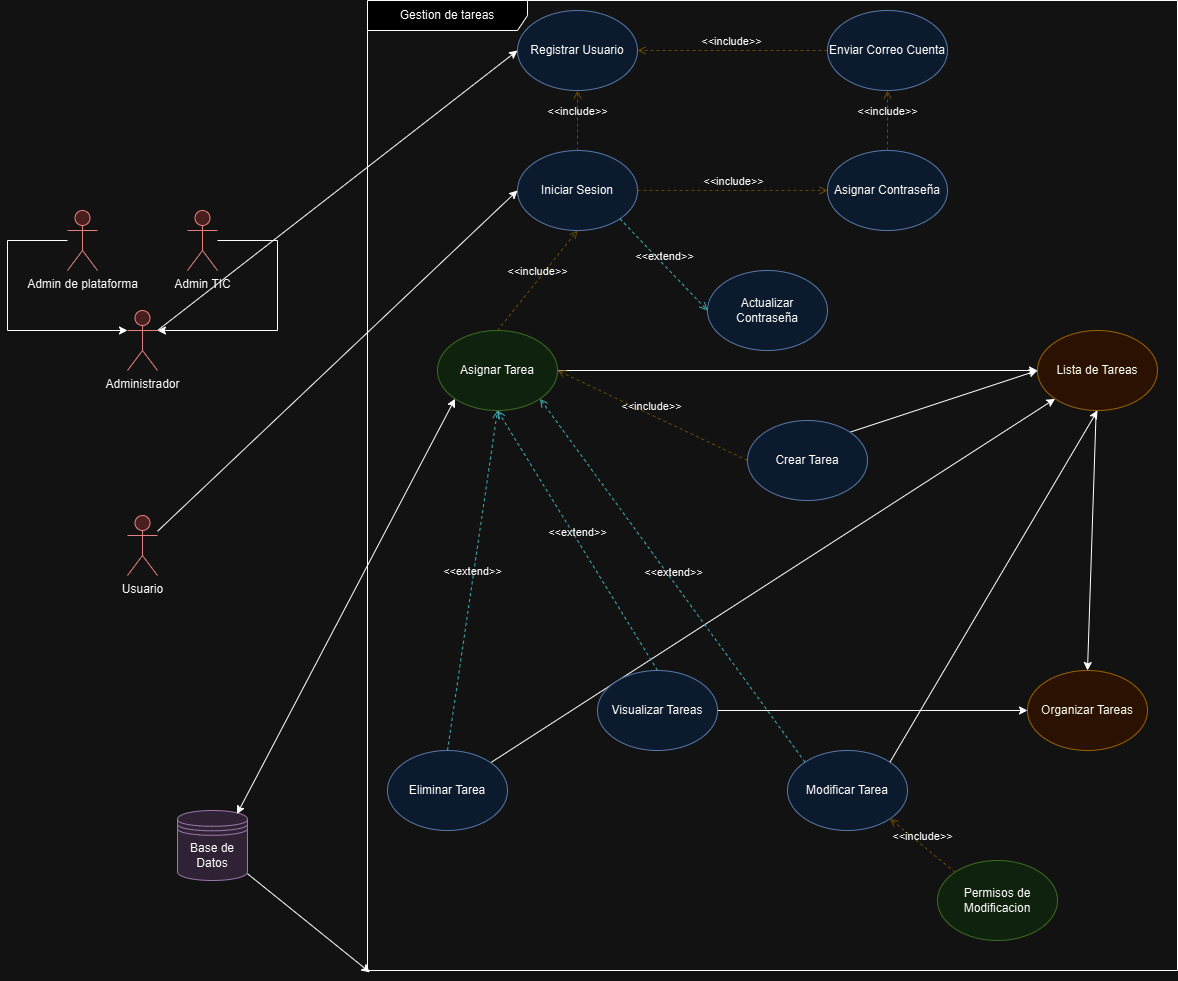
Before: diagramas/diagrama-caso-uso/diagrama-caso-uso.drawio.png, a diagram exported from draw.io (Oscarsl10/proyecto-analisis-sistemas-2024-b-g2). Source tidied: cells renumbered, new cells last; positions are measured from the earlier drawing's top-left corner, leaving out a move shared by most shapes.
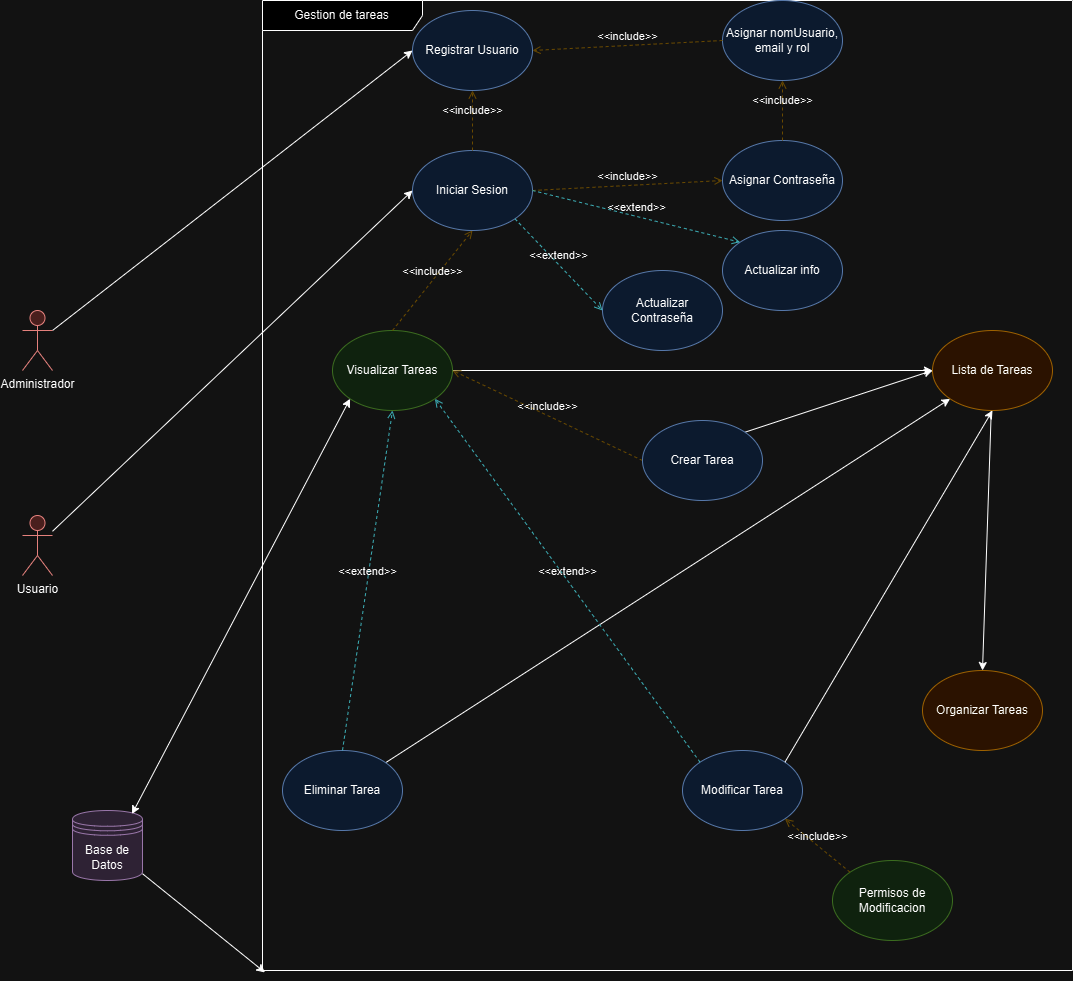
After the commit.

Change to the diagram source:
```diff
@@ -29,7 +29,7 @@
     <mxCell id="10" style="rounded=0;jettySize=auto;html=1;entryX=0;entryY=0.5;entryDx=0;entryDy=0;" parent="2" edge="1" source="11" target="6">
       <mxGeometry relative="1" as="geometry" />
     </mxCell>
-    <mxCell id="11" value="Asignar Tarea" style="ellipse;whiteSpace=wrap;html=1;fillColor=#d5e8d4;strokeColor=#82b366;" parent="2" vertex="1">
+    <mxCell id="11" value="Visualizar Tareas" style="ellipse;whiteSpace=wrap;html=1;fillColor=#d5e8d4;strokeColor=#82b366;" parent="2" vertex="1">
       <mxGeometry x="70" y="330" width="120" height="80" as="geometry" />
     </mxCell>
     <mxCell id="12" value="&amp;lt;&amp;lt;include&amp;gt;&amp;gt;" style="html=1;verticalAlign=bottom;labelBackgroundColor=none;endArrow=open;endFill=0;dashed=1;rounded=0;exitX=0;exitY=0.5;exitDx=0;exitDy=0;entryX=1;entryY=0.5;entryDx=0;entryDy=0;fillColor=#fff2cc;gradientColor=#ffd966;strokeColor=#d6b656;" parent="2" edge="1" source="24" target="11">
@@ -53,15 +53,6 @@
     <mxCell id="18" value="&amp;lt;&amp;lt;extend&amp;gt;&amp;gt;" style="html=1;verticalAlign=bottom;labelBackgroundColor=none;endArrow=open;endFill=0;dashed=1;rounded=0;exitX=0.5;exitY=0;exitDx=0;exitDy=0;entryX=0.5;entryY=1;entryDx=0;entryDy=0;fillColor=#b0e3e6;strokeColor=#0e8088;" parent="2" edge="1" source="17" target="11">
       <mxGeometry relative="1" as="geometry" />
     </mxCell>
-    <mxCell id="19" style="rounded=0;jettySize=auto;html=1;entryX=0;entryY=0.5;entryDx=0;entryDy=0;" parent="2" edge="1" source="20" target="22">
-      <mxGeometry relative="1" as="geometry" />
-    </mxCell>
-    <mxCell id="20" value="Visualizar Tareas" style="ellipse;whiteSpace=wrap;html=1;fillColor=#dae8fc;strokeColor=#6c8ebf;" parent="2" vertex="1">
-      <mxGeometry x="230" y="670" width="120" height="80" as="geometry" />
-    </mxCell>
-    <mxCell id="21" value="&amp;lt;&amp;lt;extend&amp;gt;&amp;gt;" style="html=1;verticalAlign=bottom;labelBackgroundColor=none;endArrow=open;endFill=0;dashed=1;rounded=0;exitX=0.5;exitY=0;exitDx=0;exitDy=0;entryX=0.5;entryY=1;entryDx=0;entryDy=0;fillColor=#b0e3e6;strokeColor=#0e8088;" parent="2" edge="1" source="20" target="11">
-      <mxGeometry relative="1" as="geometry" />
-    </mxCell>
     <mxCell id="22" value="Organizar Tareas" style="ellipse;whiteSpace=wrap;html=1;fillColor=#ffe6cc;strokeColor=#d79b00;" parent="2" vertex="1">
       <mxGeometry x="660" y="670" width="120" height="80" as="geometry" />
     </mxCell>
@@ -74,14 +65,14 @@
     <mxCell id="25" value="&amp;lt;&amp;lt;extend&amp;gt;&amp;gt;" style="html=1;verticalAlign=bottom;labelBackgroundColor=none;endArrow=open;endFill=0;dashed=1;rounded=0;exitX=0;exitY=0;exitDx=0;exitDy=0;entryX=1;entryY=1;entryDx=0;entryDy=0;fillColor=#b0e3e6;strokeColor=#0e8088;" parent="2" edge="1" source="9" target="11">
       <mxGeometry relative="1" as="geometry" />
     </mxCell>
-    <mxCell id="26" value="Enviar Correo Cuenta" style="ellipse;whiteSpace=wrap;html=1;fillColor=#dae8fc;strokeColor=#6c8ebf;" parent="2" vertex="1">
-      <mxGeometry x="460" y="10" width="120" height="80" as="geometry" />
+    <mxCell id="26" value="Asignar nomUsuario,&lt;div&gt;email y rol&lt;/div&gt;" style="ellipse;whiteSpace=wrap;html=1;fillColor=#dae8fc;strokeColor=#6c8ebf;" parent="2" vertex="1">
+      <mxGeometry x="460" width="120" height="80" as="geometry" />
     </mxCell>
     <mxCell id="27" value="&amp;lt;&amp;lt;include&amp;gt;&amp;gt;" style="html=1;verticalAlign=bottom;labelBackgroundColor=none;endArrow=open;endFill=0;dashed=1;rounded=0;exitX=0;exitY=0.5;exitDx=0;exitDy=0;fillColor=#fff2cc;strokeColor=#d6b656;gradientColor=#ffd966;entryX=1;entryY=0.5;entryDx=0;entryDy=0;" parent="2" edge="1" source="26" target="4">
       <mxGeometry relative="1" as="geometry" />
     </mxCell>
     <mxCell id="28" value="Asignar Contraseña" style="ellipse;whiteSpace=wrap;html=1;fillColor=#dae8fc;strokeColor=#6c8ebf;" parent="2" vertex="1">
-      <mxGeometry x="460" y="150" width="120" height="80" as="geometry" />
+      <mxGeometry x="460" y="140" width="120" height="80" as="geometry" />
     </mxCell>
     <mxCell id="29" value="&amp;lt;&amp;lt;include&amp;gt;&amp;gt;" style="html=1;verticalAlign=bottom;labelBackgroundColor=none;endArrow=open;endFill=0;dashed=1;rounded=0;exitX=0.5;exitY=0;exitDx=0;exitDy=0;fillColor=#fff2cc;strokeColor=#d6b656;gradientColor=#ffd966;entryX=0.5;entryY=1;entryDx=0;entryDy=0;" parent="2" edge="1" source="28" target="26">
       <mxGeometry relative="1" as="geometry" />
@@ -95,6 +86,12 @@
     <mxCell id="32" value="&amp;lt;&amp;lt;extend&amp;gt;&amp;gt;" style="html=1;verticalAlign=bottom;labelBackgroundColor=none;endArrow=open;endFill=0;dashed=1;rounded=0;entryX=0;entryY=0.5;entryDx=0;entryDy=0;fillColor=#b0e3e6;strokeColor=#0e8088;exitX=1;exitY=1;exitDx=0;exitDy=0;" parent="2" edge="1" source="3" target="31">
       <mxGeometry relative="1" as="geometry" />
     </mxCell>
+    <mxCell id="44" value="Actualizar info" style="ellipse;whiteSpace=wrap;html=1;fillColor=#dae8fc;strokeColor=#6c8ebf;" parent="2" vertex="1">
+      <mxGeometry x="460" y="230" width="120" height="80" as="geometry" />
+    </mxCell>
+    <mxCell id="21" value="&amp;lt;&amp;lt;extend&amp;gt;&amp;gt;" style="html=1;verticalAlign=bottom;labelBackgroundColor=none;endArrow=open;endFill=0;dashed=1;rounded=0;entryX=0;entryY=0;entryDx=0;entryDy=0;fillColor=#b0e3e6;strokeColor=#0e8088;exitX=1;exitY=0.5;exitDx=0;exitDy=0;" parent="2" edge="1" source="3" target="44">
+      <mxGeometry relative="1" as="geometry" />
+    </mxCell>
     <mxCell id="33" style="rounded=0;jettySize=auto;html=1;entryX=0;entryY=0.5;entryDx=0;entryDy=0;exitX=1;exitY=0.3333333333333333;exitDx=0;exitDy=0;exitPerimeter=0;" parent="1" edge="1" source="34" target="4">
       <mxGeometry relative="1" as="geometry" />
     </mxCell>
@@ -116,27 +113,5 @@
     <mxCell id="39" style="endArrow=classic;startArrow=classic;html=1;rounded=0;exitX=0.85;exitY=0.05;exitDx=0;exitDy=0;exitPerimeter=0;entryX=0;entryY=1;entryDx=0;entryDy=0;" parent="1" edge="1" source="37" target="11">
       <mxGeometry relative="1" as="geometry" />
     </mxCell>
-    <mxCell id="40" value="Admin de plataforma" style="shape=umlActor;verticalLabelPosition=bottom;verticalAlign=top;html=1;fillColor=#f8cecc;strokeColor=#b85450;" parent="1" vertex="1">
-      <mxGeometry x="60" y="210" width="30" height="60" as="geometry" />
-    </mxCell>
-    <mxCell id="41" value="Admin TIC" style="shape=umlActor;verticalLabelPosition=bottom;verticalAlign=top;html=1;fillColor=#f8cecc;strokeColor=#b85450;" parent="1" vertex="1">
-      <mxGeometry x="180" y="210" width="30" height="60" as="geometry" />
-    </mxCell>
-    <mxCell id="42" style="edgeStyle=orthogonalEdgeStyle;rounded=0;jettySize=auto;html=1;entryX=0;entryY=0.3333333333333333;entryDx=0;entryDy=0;entryPerimeter=0;" parent="1" edge="1" source="40" target="34">
-      <mxGeometry relative="1" as="geometry">
-        <Array as="points">
-          <mxPoint y="240" />
-          <mxPoint y="330" />
-        </Array>
-      </mxGeometry>
-    </mxCell>
-    <mxCell id="43" style="edgeStyle=orthogonalEdgeStyle;rounded=0;jettySize=auto;html=1;entryX=1;entryY=0.3333333333333333;entryDx=0;entryDy=0;entryPerimeter=0;" parent="1" edge="1" source="41" target="34">
-      <mxGeometry relative="1" as="geometry">
-        <Array as="points">
-          <mxPoint x="270" y="240" />
-          <mxPoint x="270" y="330" />
-        </Array>
-      </mxGeometry>
-    </mxCell>
   </root>
 </mxGraphModel>
```
